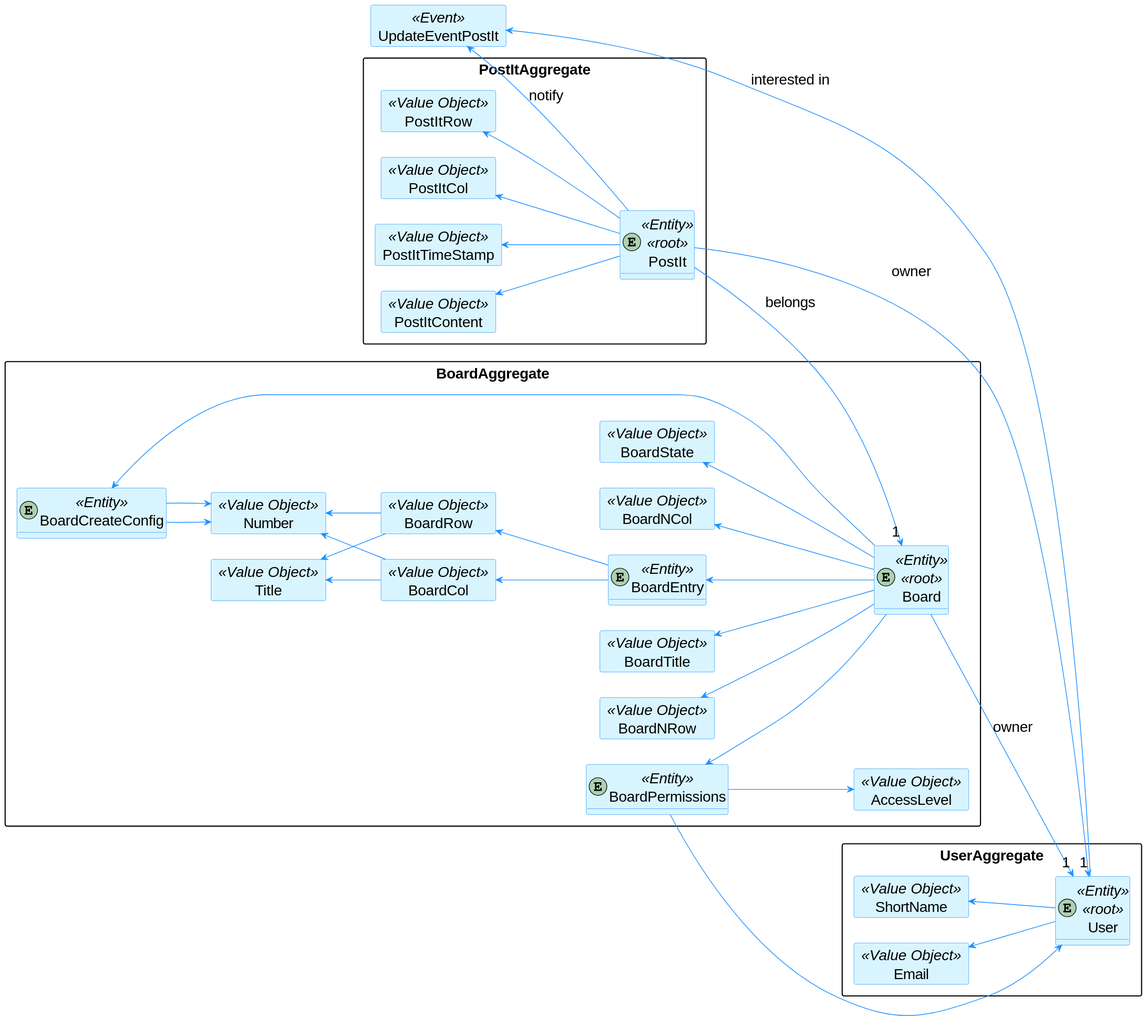
This is docs/1201205/Shared Boards.svg from brunacosta03/sem4pi_22_23, a PlantUML export, as it was before one commit.
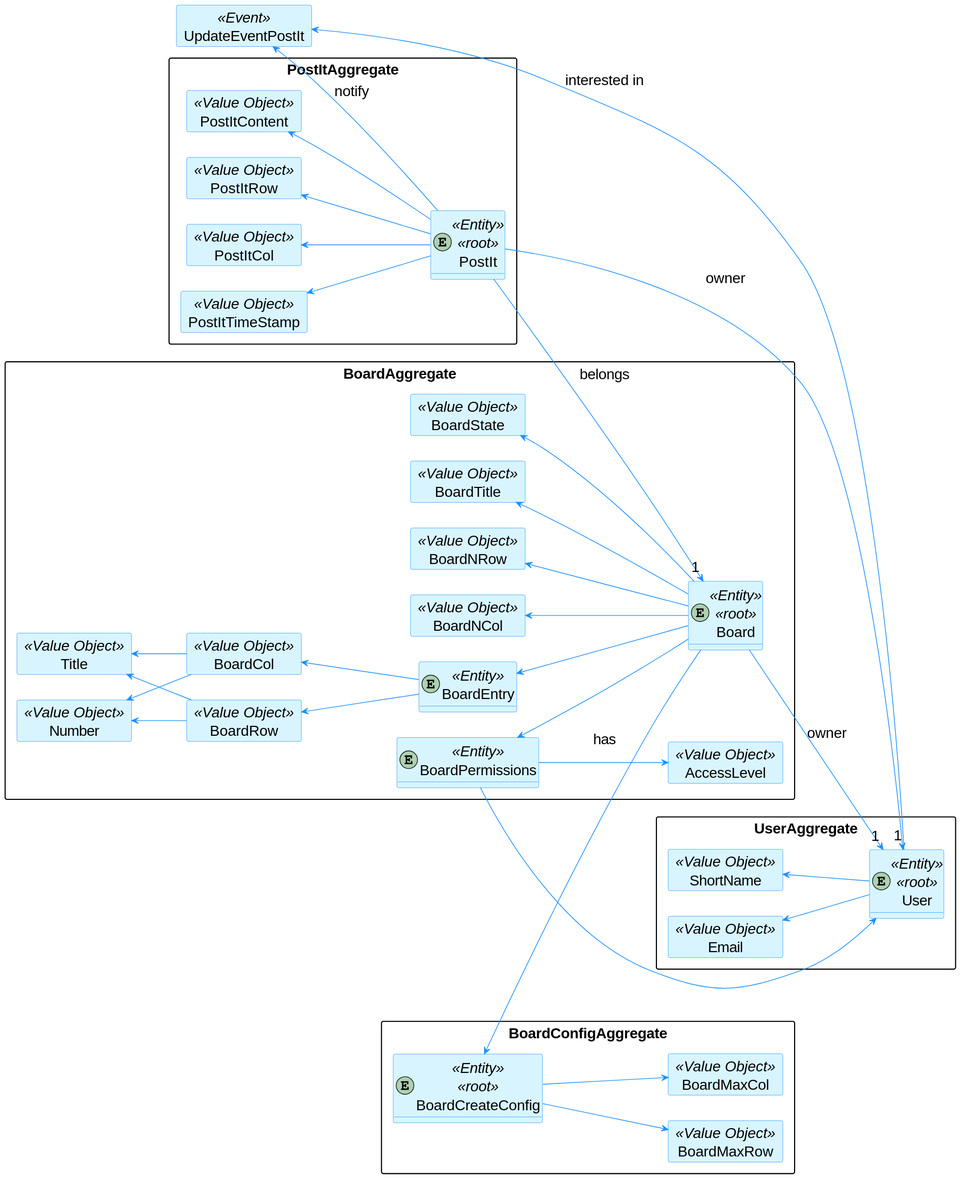
After the change.

Diff of the diagram source:
```diff
@@ -112,19 +112,25 @@
     BoardPermissions <-- Board
     BoardPermissions --> User
     BoardPermissions --> AccessLevel
-
-    entity BoardCreateConfig <<Entity>>
-
-    BoardCreateConfig <-- Board
-    BoardCreateConfig --> Number
-    BoardCreateConfig --> Number
 }
 
+package BoardConfigAggregate{
+    entity BoardCreateConfig <<Entity>><<root>>
 
+    card BoardMaxRow <<Value Object>>{
+    }
+
+    card BoardMaxCol <<Value Object>>{
+    }
+
+    BoardCreateConfig --> BoardMaxRow
+    BoardCreateConfig --> BoardMaxCol
+}
 
 PostIt --> "1" User :owner
 Board --> "1" User :owner
 PostIt --> "1" Board :belongs
+BoardCreateConfig <-- Board :has
 
 
 
```
